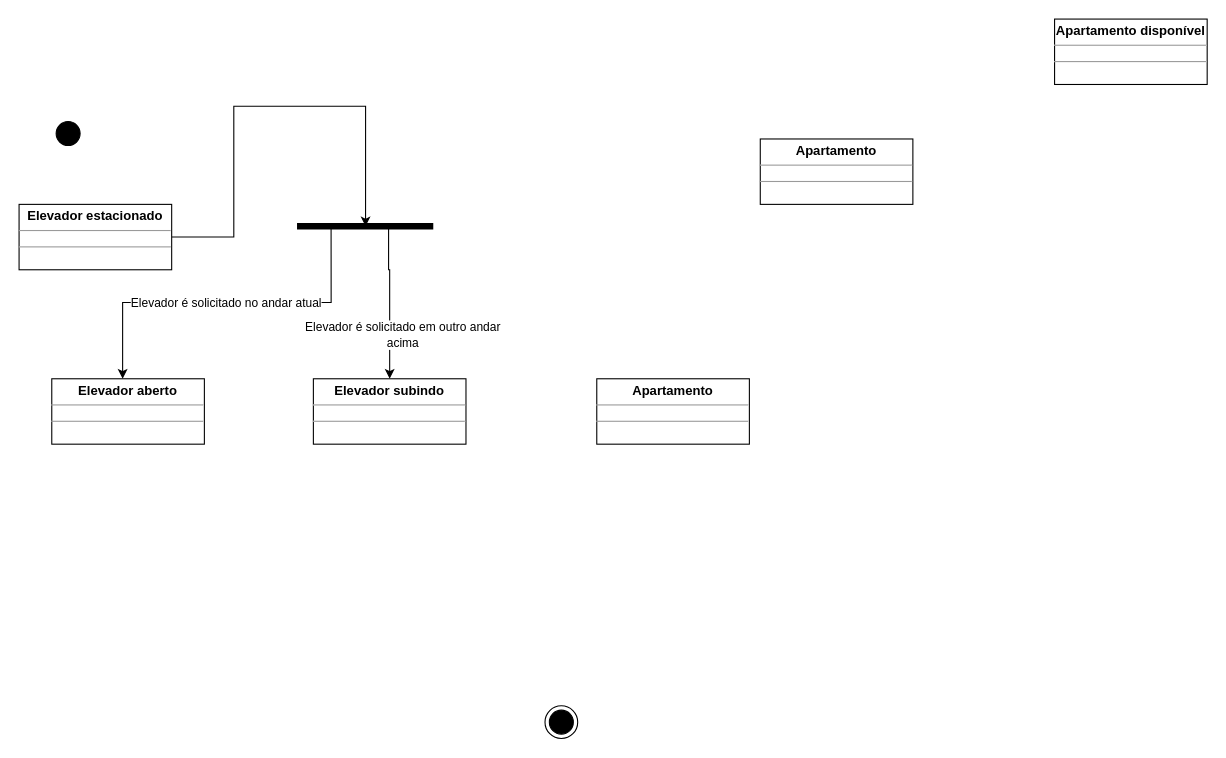
The draw.io diagram Questão 05 - P2.drawio in bruniculos08/AMS0001, before the edit. Source tidied: cells renumbered, new cells numbered last; positions are measured from the earlier drawing's top-left corner, leaving out a move shared by most shapes. Both pictures are drawn from the tidied source at 109%, with x=0, y=0 at pixel (19, 19).
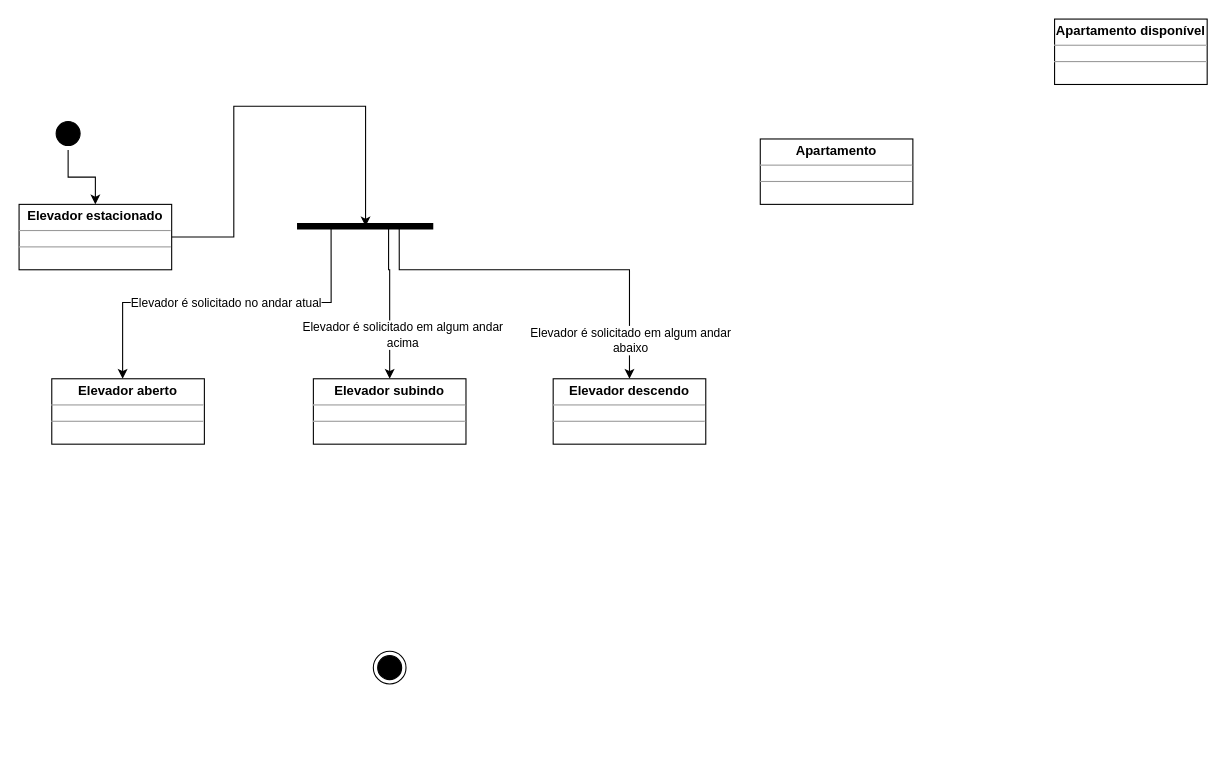
The same page after the edit.

The change refers to these unchanged cells:
```xml
<mxCell id="2" style="ellipse;html=1;shape=startState;fillColor=#000000;strokeColor=#000000;" parent="1" vertex="1">
  <mxGeometry x="30" y="90" width="30" height="30" as="geometry" />
</mxCell>
<mxCell id="6" style="edgeStyle=orthogonalEdgeStyle;rounded=0;jettySize=auto;html=1;entryX=0.5;entryY=0;entryDx=0;entryDy=0;exitX=0.672;exitY=0.394;exitDx=0;exitDy=0;exitPerimeter=0;" parent="1" edge="1" source="8" target="14">
  <mxGeometry relative="1" as="geometry">
    <Array as="points">
      <mxPoint x="339" y="230" />
      <mxPoint x="340" y="230" />
    </Array>
  </mxGeometry>
</mxCell>
<mxCell id="8" style="shape=line;html=1;strokeWidth=6;strokeColor=#000000;" parent="1" vertex="1">
  <mxGeometry x="255" y="185" width="125" height="10" as="geometry" />
</mxCell>
<mxCell id="12" value="&lt;p style=&quot;margin: 0px ; margin-top: 4px ; text-align: center&quot;&gt;&lt;b&gt;Elevador estacionado&lt;/b&gt;&lt;/p&gt;&lt;hr size=&quot;1&quot;&gt;&lt;div style=&quot;height: 2px&quot;&gt;&lt;/div&gt;&lt;hr size=&quot;1&quot;&gt;&lt;div style=&quot;height: 2px&quot;&gt;&lt;/div&gt;" style="verticalAlign=top;align=left;overflow=fill;fontSize=12;fontFamily=Helvetica;html=1;strokeColor=#000000;" parent="1" vertex="1">
  <mxGeometry y="170" width="140" height="60" as="geometry" />
</mxCell>
```

What changed in the source:
```diff
@@
+    <mxCell id="16" style="edgeStyle=orthogonalEdgeStyle;rounded=0;jettySize=auto;html=1;exitX=0.5;exitY=1;exitDx=0;exitDy=0;entryX=0.5;entryY=0;entryDx=0;entryDy=0;" parent="1" edge="1" source="2" target="12">
+      <mxGeometry relative="1" as="geometry" />
+    </mxCell>
@@
-    <mxCell id="7" value="Elevador é solicitado em outro andar&lt;br&gt;acima" style="edgeLabel;html=1;align=center;verticalAlign=middle;" parent="6" vertex="1">
+    <mxCell id="7" value="Elevador é solicitado em algum andar&lt;br&gt;acima" style="edgeLabel;html=1;align=center;verticalAlign=middle;" parent="6" vertex="1">
       <mxGeometry x="0.21" y="2" relative="1" as="geometry">
         <mxPoint x="9" y="16" as="offset" />
       </mxGeometry>
     </mxCell>
+    <mxCell id="17" style="edgeStyle=orthogonalEdgeStyle;rounded=0;jettySize=auto;html=1;exitX=0.75;exitY=0.5;exitDx=0;exitDy=0;exitPerimeter=0;" parent="1" edge="1" source="8" target="15">
+      <mxGeometry relative="1" as="geometry">
+        <Array as="points">
+          <mxPoint x="349" y="230" />
+          <mxPoint x="560" y="230" />
+        </Array>
+      </mxGeometry>
+    </mxCell>
+    <mxCell id="18" value="Elevador é solicitado em algum andar&lt;br&gt;abaixo" style="edgeLabel;html=1;align=center;verticalAlign=middle;" parent="17" vertex="1">
+      <mxGeometry x="0.8" y="1" relative="1" as="geometry">
+        <mxPoint x="-1" as="offset" />
+      </mxGeometry>
+    </mxCell>
@@
     <mxCell id="10" style="ellipse;html=1;shape=endState;fillColor=#000000;strokeColor=#000000;" parent="1" vertex="1">
-      <mxGeometry x="482.5" y="630" width="30" height="30" as="geometry" />
+      <mxGeometry x="325" y="580" width="30" height="30" as="geometry" />
     </mxCell>
@@
-    <mxCell id="15" value="&lt;p style=&quot;margin: 0px ; margin-top: 4px ; text-align: center&quot;&gt;&lt;b&gt;Apartamento&lt;/b&gt;&lt;/p&gt;&lt;hr size=&quot;1&quot;&gt;&lt;div style=&quot;height: 2px&quot;&gt;&lt;/div&gt;&lt;hr size=&quot;1&quot;&gt;&lt;div style=&quot;height: 2px&quot;&gt;&lt;/div&gt;" style="verticalAlign=top;align=left;overflow=fill;fontSize=12;fontFamily=Helvetica;html=1;strokeColor=#000000;" parent="1" vertex="1">
-      <mxGeometry x="530" y="330" width="140" height="60" as="geometry" />
+    <mxCell id="15" value="&lt;p style=&quot;margin: 0px ; margin-top: 4px ; text-align: center&quot;&gt;&lt;b&gt;Elevador descendo&lt;/b&gt;&lt;/p&gt;&lt;hr size=&quot;1&quot;&gt;&lt;div style=&quot;height: 2px&quot;&gt;&lt;/div&gt;&lt;hr size=&quot;1&quot;&gt;&lt;div style=&quot;height: 2px&quot;&gt;&lt;/div&gt;" style="verticalAlign=top;align=left;overflow=fill;fontSize=12;fontFamily=Helvetica;html=1;strokeColor=#000000;" parent="1" vertex="1">
+      <mxGeometry x="490" y="330" width="140" height="60" as="geometry" />
     </mxCell>
```
